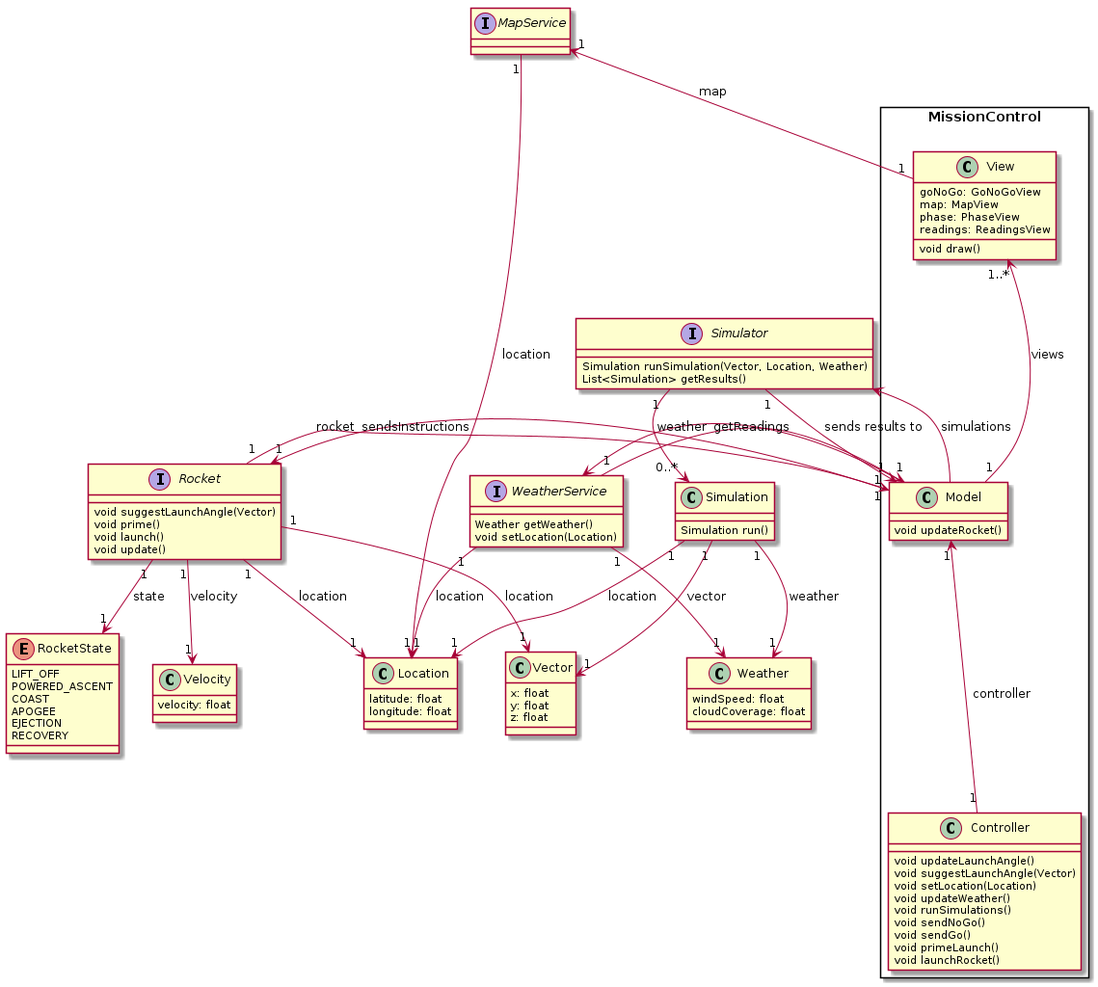
Earlier version of the PlantUML export uml_diagrams/class_diagram/class_diagram.png (andrewellio/mission-control-).
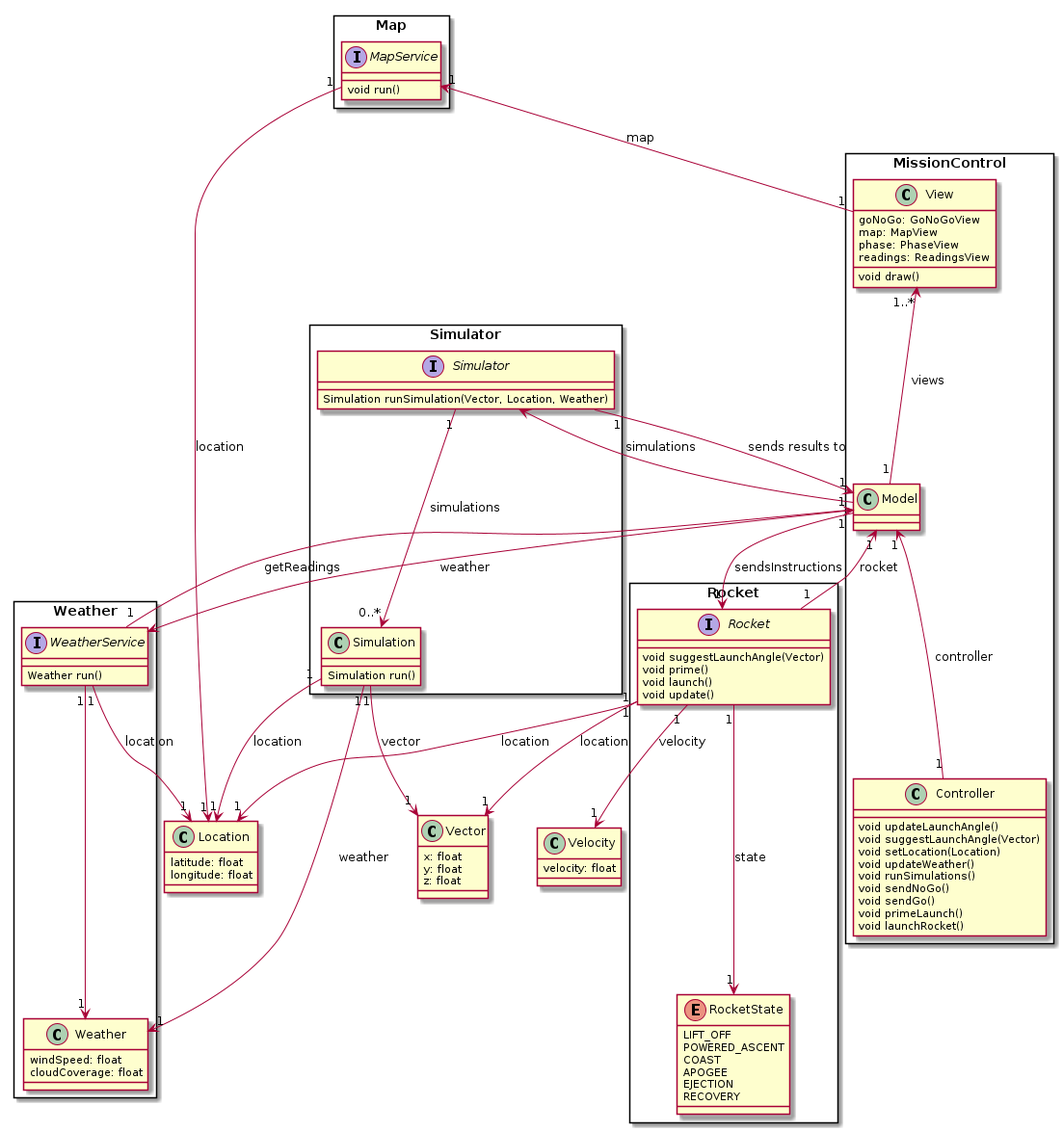
The same diagram one commit later.

Commit message:
add squares around each system

What changed in the source:
```diff
@@ -3,8 +3,8 @@
 skinparam packageStyle rectangle
 
 rectangle MissionControl {
+
   class Model {
-    void updateRocket()
   }
 
   class View {
@@ -28,20 +28,22 @@
   }
 }
 
-interface Rocket {
-  void suggestLaunchAngle(Vector)
-  void prime()
-  void launch()
-  void update()
-}
+rectangle Rocket {
+  interface Rocket {
+    void suggestLaunchAngle(Vector)
+    void prime()
+    void launch()
+    void update()
+  }
 
-enum RocketState {
-  LIFT_OFF
-  POWERED_ASCENT
-  COAST
-  APOGEE
-  EJECTION
-  RECOVERY
+  enum RocketState {
+    LIFT_OFF
+    POWERED_ASCENT
+    COAST
+    APOGEE
+    EJECTION
+    RECOVERY
+  }
 }
 
 class Location {
@@ -59,27 +61,31 @@
   z: float
 }
 
-interface Simulator {
-  Simulation runSimulation(Vector, Location, Weather)
-  List<Simulation> getResults()
+rectangle Simulator {
+  interface Simulator {
+    Simulation runSimulation(Vector, Location, Weather)
+  }
+
+  class Simulation {
+    Simulation run()
+  }
 }
 
-class Simulation {
-  Simulation run()
+rectangle Weather {
+  interface WeatherService {
+    Weather run()
+  }
+
+  class Weather {
+    windSpeed: float
+    cloudCoverage: float
+  }
 }
 
-interface WeatherService {
-  Weather getWeather()
-  void setLocation(Location)
-}
-
-class Weather {
-  windSpeed: float
-  cloudCoverage: float
-}
-
-interface MapService {
-
+rectangle Map {
+  interface MapService {
+    void run()
+  }
 }
 
 Model "1" <-- "1" Controller : controller
@@ -96,7 +102,7 @@
 Rocket "1" --> "1" Vector : location
 Rocket "1" --> "1" RocketState : state
 
-Simulator "1" --> "0..*" Simulation
+Simulator "1" --> "0..*" Simulation : simulations
 Simulation "1" --> "1" Location : location
 Simulation "1" --> "1" Vector: vector
 Simulation "1" --> "1" Weather: weather
```
